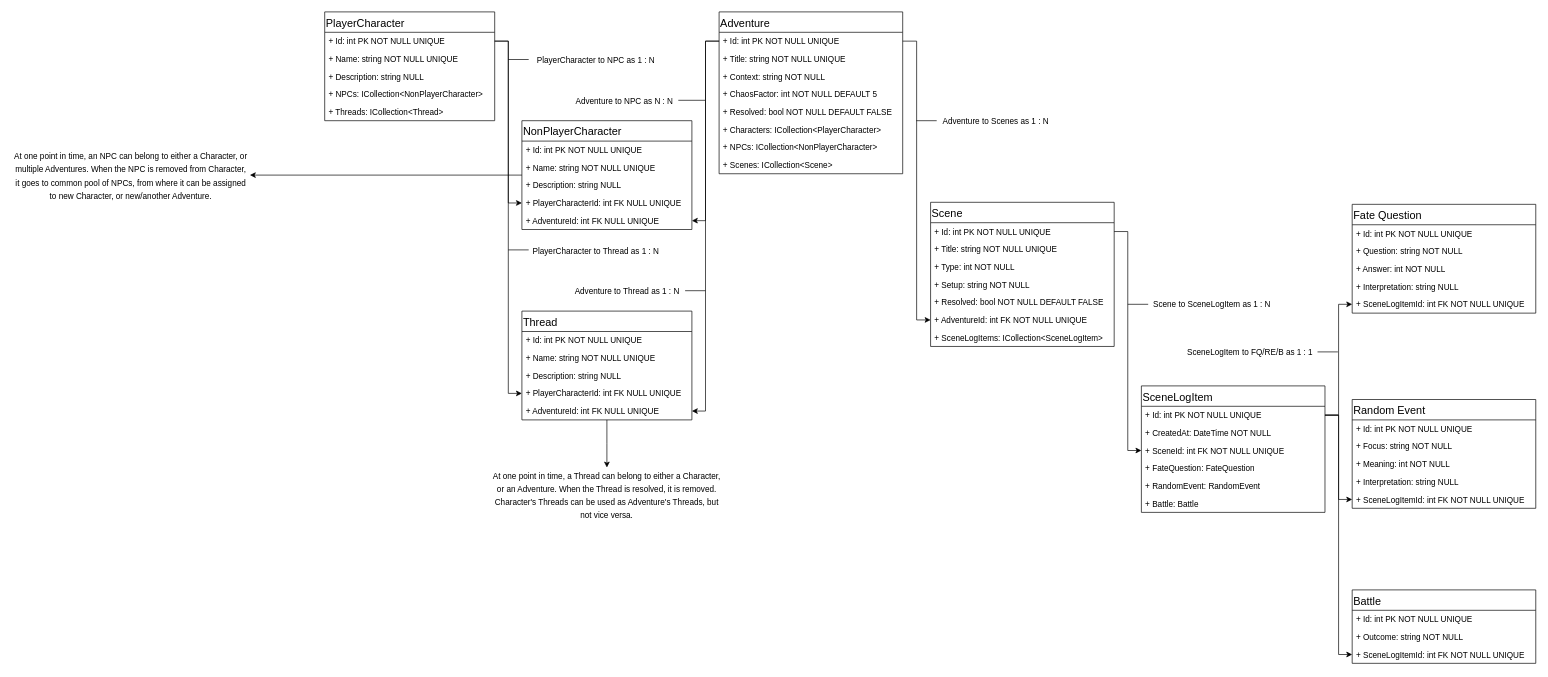
This is page "Data Structure" (3 of 3) of App Flow and Data Structure.drawio from StanisKo/MGME, a draw.io file, before an edit. Source tidied: cells renumbered, new cells numbered last; positions are measured from the earlier drawing's top-left corner, leaving out a move shared by most shapes. Both pictures are drawn from the tidied source at 68%, with x=0, y=0 at pixel (12, 12).
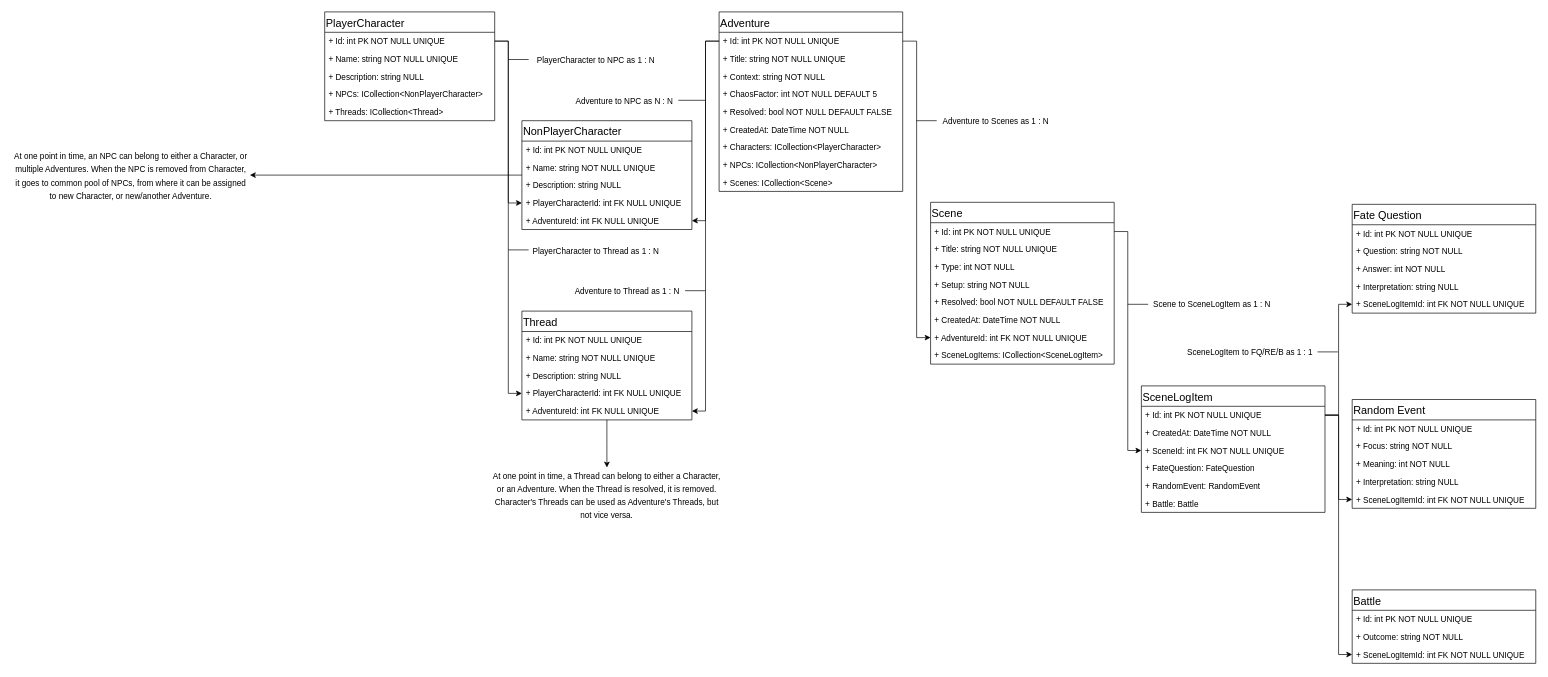
The same diagram, later.

Diff of the diagram source:
```diff
@@
     <mxCell id="16" value="Adventure" style="swimlane;fontStyle=0;align=left;verticalAlign=top;horizontal=1;startSize=30;rounded=0;strokeColor=#000000;strokeWidth=1;fillColor=none;fontSize=16;fontColor=#000000;" parent="1" vertex="1">
-      <mxGeometry x="1040" width="270" height="238" as="geometry" />
+      <mxGeometry x="1040" width="270" height="264" as="geometry" />
     </mxCell>
@@
+    <mxCell id="87" value="+ CreatedAt: DateTime NOT NULL" style="text;strokeColor=none;fillColor=none;align=left;verticalAlign=top;spacingLeft=4;spacingRight=4;overflow=hidden;" parent="16" vertex="1">
+      <mxGeometry y="160" width="270" height="26" as="geometry" />
+    </mxCell>
     <mxCell id="22" value="+ Characters: ICollection&lt;PlayerCharacter&gt;" style="text;strokeColor=none;fillColor=none;align=left;verticalAlign=top;spacingLeft=4;spacingRight=4;overflow=hidden;" parent="16" vertex="1">
-      <mxGeometry y="160" width="270" height="26" as="geometry" />
+      <mxGeometry y="186" width="270" height="26" as="geometry" />
     </mxCell>
     <mxCell id="23" value="+ NPCs: ICollection&lt;NonPlayerCharacter&gt;" style="text;strokeColor=none;fillColor=none;align=left;verticalAlign=top;spacingLeft=4;spacingRight=4;overflow=hidden;" parent="16" vertex="1">
-      <mxGeometry y="186" width="270" height="26" as="geometry" />
+      <mxGeometry y="212" width="270" height="26" as="geometry" />
     </mxCell>
     <mxCell id="24" value="+ Scenes: ICollection&lt;Scene&gt;" style="text;strokeColor=none;fillColor=none;align=left;verticalAlign=top;spacingLeft=4;spacingRight=4;overflow=hidden;" parent="16" vertex="1">
-      <mxGeometry y="212" width="270" height="26" as="geometry" />
+      <mxGeometry y="238" width="270" height="26" as="geometry" />
     </mxCell>
@@
     <mxCell id="45" value="Scene" style="swimlane;fontStyle=0;align=left;verticalAlign=top;horizontal=1;startSize=30;rounded=0;strokeColor=#000000;strokeWidth=1;fillColor=none;fontSize=16;fontColor=#000000;" parent="1" vertex="1">
-      <mxGeometry x="1351" y="280" width="270" height="212" as="geometry" />
+      <mxGeometry x="1351" y="280" width="270" height="238" as="geometry" />
     </mxCell>
@@
+    <mxCell id="88" value="+ CreatedAt: DateTime NOT NULL" style="text;strokeColor=none;fillColor=none;align=left;verticalAlign=top;spacingLeft=4;spacingRight=4;overflow=hidden;" parent="45" vertex="1">
+      <mxGeometry y="160" width="270" height="26" as="geometry" />
+    </mxCell>
     <mxCell id="51" value="+ AdventureId: int FK NOT NULL UNIQUE" style="text;strokeColor=none;fillColor=none;align=left;verticalAlign=top;spacingLeft=4;spacingRight=4;overflow=hidden;points=[[0,0.5],[1,0.5]];portConstraint=eastwest;" parent="45" vertex="1">
-      <mxGeometry y="160" width="270" height="26" as="geometry" />
+      <mxGeometry y="186" width="270" height="26" as="geometry" />
     </mxCell>
     <mxCell id="52" value="+ SceneLogItems: ICollection&lt;SceneLogItem&gt;" style="text;strokeColor=none;fillColor=none;align=left;verticalAlign=top;spacingLeft=4;spacingRight=4;overflow=hidden;" parent="45" vertex="1">
-      <mxGeometry y="186" width="270" height="26" as="geometry" />
+      <mxGeometry y="212" width="270" height="26" as="geometry" />
     </mxCell>
```
